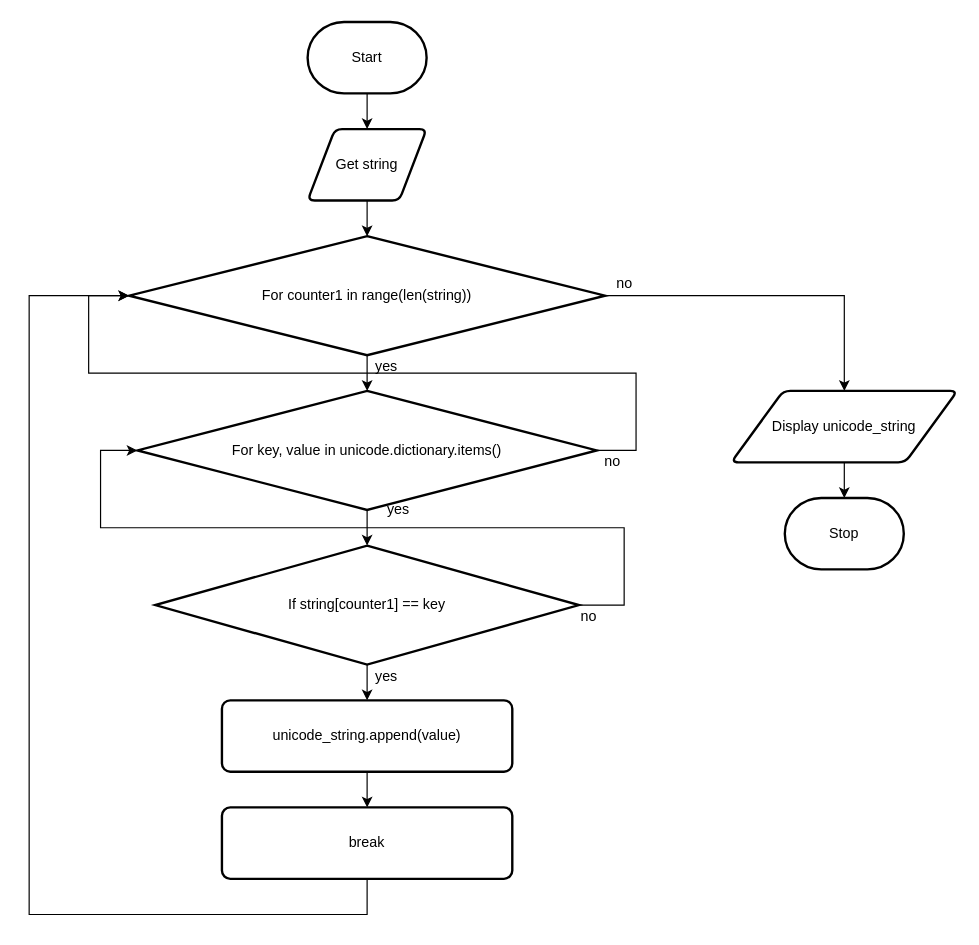
This is page "Flowchart" (1 of 2) of design.drawio from Samuel-Webster-178/ICS3U-Unit6-Unit6-06-Python, a draw.io file, before an edit. Source tidied: cells renumbered, new cells numbered last; positions are measured from the earlier drawing's top-left corner, leaving out a move shared by most shapes. Both pictures are drawn from the tidied source at 119%, with x=0, y=0 at pixel (29, 21).
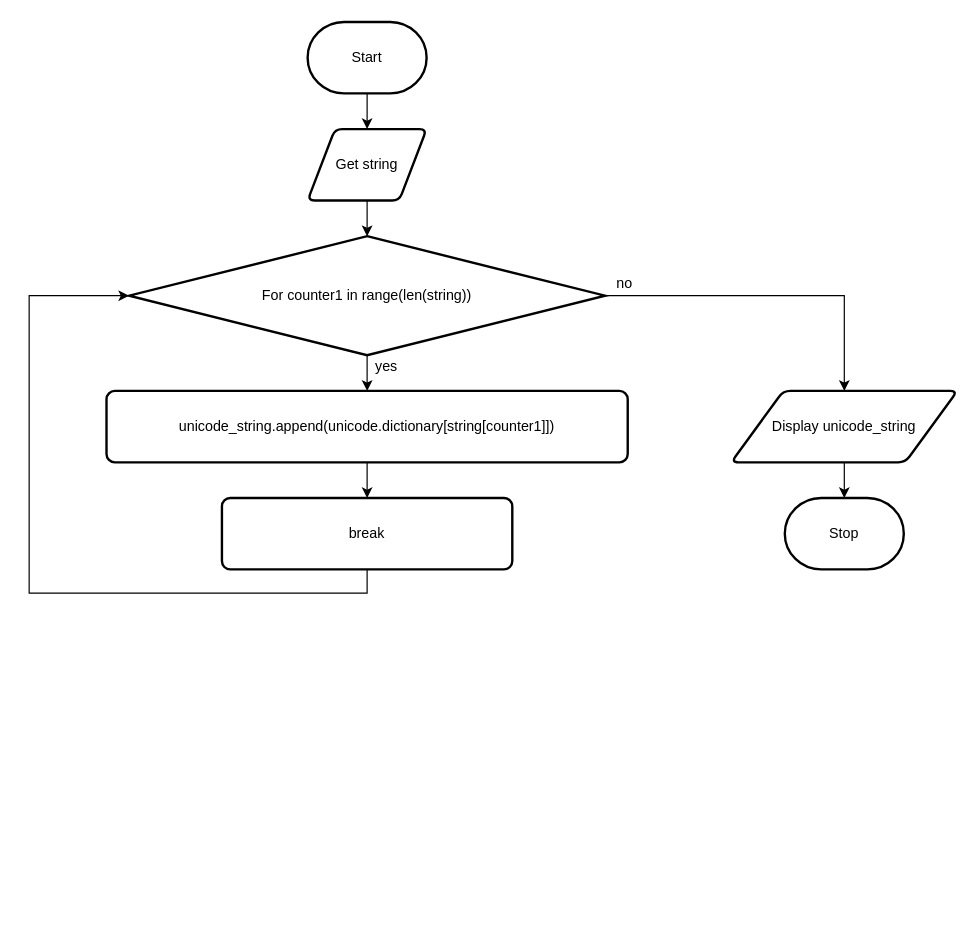
The same page after the edit.

Unchanged cells that the change refers to:
```xml
<mxCell id="13" value="For counter1 in range(len(string))" style="strokeWidth=2;html=1;shape=mxgraph.flowchart.decision;whiteSpace=wrap;" parent="1" vertex="1">
  <mxGeometry x="84" y="180" width="400" height="100" as="geometry" />
</mxCell>
```

Diff of the diagram source:
```diff
@@
-    <mxCell id="7" value="unicode_string.append(value)" style="rounded=1;whiteSpace=wrap;html=1;absoluteArcSize=1;arcSize=14;strokeWidth=2;" parent="1" vertex="1">
-      <mxGeometry x="162" y="570" width="244" height="60" as="geometry" />
+    <mxCell id="7" value="unicode_string.append(unicode.dictionary[string[counter1]])" style="rounded=1;whiteSpace=wrap;html=1;absoluteArcSize=1;arcSize=14;strokeWidth=2;" parent="1" vertex="1">
+      <mxGeometry x="65" y="310" width="438" height="60" as="geometry" />
     </mxCell>
@@
-    <mxCell id="11" style="edgeStyle=none;html=1;" parent="1" edge="1" source="13" target="16">
-      <mxGeometry relative="1" as="geometry" />
+    <mxCell id="11" style="edgeStyle=none;html=1;" parent="1" edge="1" source="13">
+      <mxGeometry relative="1" as="geometry">
+        <mxPoint x="284" y="310" as="targetPoint" />
+      </mxGeometry>
     </mxCell>
@@
-    <mxCell id="14" style="edgeStyle=none;html=1;" parent="1" edge="1" source="16" target="19">
-      <mxGeometry relative="1" as="geometry" />
-    </mxCell>
-    <mxCell id="15" style="edgeStyle=orthogonalEdgeStyle;rounded=0;html=1;entryX=0;entryY=0.5;entryDx=0;entryDy=0;entryPerimeter=0;" parent="1" edge="1" source="16" target="13">
-      <mxGeometry relative="1" as="geometry">
-        <Array as="points">
-          <mxPoint x="510" y="360" />
-          <mxPoint x="510" y="295" />
-          <mxPoint x="50" y="295" />
-          <mxPoint x="50" y="230" />
-        </Array>
-      </mxGeometry>
-    </mxCell>
-    <mxCell id="16" value="For key, value in unicode.dictionary.items()" style="strokeWidth=2;html=1;shape=mxgraph.flowchart.decision;whiteSpace=wrap;" parent="1" vertex="1">
-      <mxGeometry x="91" y="310" width="386" height="100" as="geometry" />
-    </mxCell>
-    <mxCell id="17" style="edgeStyle=none;html=1;" parent="1" edge="1" source="19" target="7">
-      <mxGeometry relative="1" as="geometry" />
-    </mxCell>
-    <mxCell id="18" style="edgeStyle=orthogonalEdgeStyle;rounded=0;html=1;entryX=0;entryY=0.5;entryDx=0;entryDy=0;entryPerimeter=0;" parent="1" edge="1" source="19" target="16">
-      <mxGeometry relative="1" as="geometry">
-        <Array as="points">
-          <mxPoint x="500" y="490" />
-          <mxPoint x="500" y="425" />
-          <mxPoint x="60" y="425" />
-          <mxPoint x="60" y="360" />
-        </Array>
-      </mxGeometry>
-    </mxCell>
-    <mxCell id="19" value="If string[counter1] == key" style="strokeWidth=2;html=1;shape=mxgraph.flowchart.decision;whiteSpace=wrap;" parent="1" vertex="1">
-      <mxGeometry x="106" y="440" width="356" height="100" as="geometry" />
-    </mxCell>
     <mxCell id="20" style="edgeStyle=orthogonalEdgeStyle;html=1;entryX=0;entryY=0.5;entryDx=0;entryDy=0;entryPerimeter=0;rounded=0;" parent="1" edge="1" source="21" target="13">
       <mxGeometry relative="1" as="geometry">
         <Array as="points">
-          <mxPoint x="284" y="750" />
-          <mxPoint y="750" />
+          <mxPoint x="284" y="480" />
+          <mxPoint y="480" />
           <mxPoint y="230" />
         </Array>
       </mxGeometry>
     </mxCell>
     <mxCell id="21" value="break" style="rounded=1;whiteSpace=wrap;html=1;absoluteArcSize=1;arcSize=14;strokeWidth=2;" parent="1" vertex="1">
-      <mxGeometry x="162" y="660" width="244" height="60" as="geometry" />
+      <mxGeometry x="162" y="400" width="244" height="60" as="geometry" />
     </mxCell>
-    <mxCell id="22" value="yes" style="text;html=1;align=center;verticalAlign=middle;strokeColor=none;fillColor=none;" parent="1" vertex="1">
-      <mxGeometry x="285" y="540" width="30" height="20" as="geometry" />
-    </mxCell>
-    <mxCell id="23" value="no" style="text;html=1;align=center;verticalAlign=middle;strokeColor=none;fillColor=none;" parent="1" vertex="1">
-      <mxGeometry x="455" y="490" width="30" height="20" as="geometry" />
-    </mxCell>
-    <mxCell id="24" value="yes" style="text;html=1;align=center;verticalAlign=middle;strokeColor=none;fillColor=none;" parent="1" vertex="1">
-      <mxGeometry x="295" y="400" width="30" height="20" as="geometry" />
-    </mxCell>
-    <mxCell id="25" value="no" style="text;html=1;align=center;verticalAlign=middle;strokeColor=none;fillColor=none;" parent="1" vertex="1">
-      <mxGeometry x="475" y="360" width="30" height="20" as="geometry" />
-    </mxCell>
```
